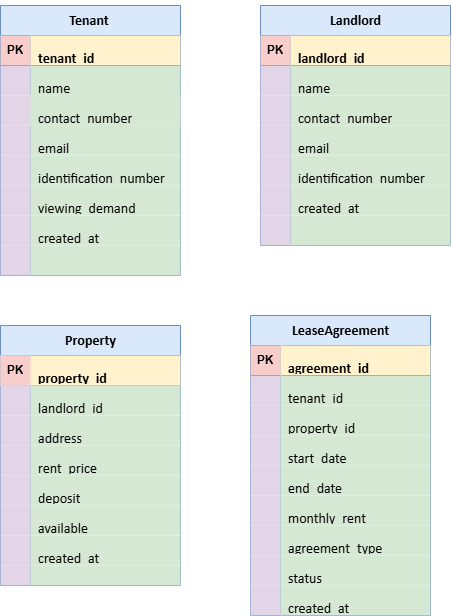
1228785484/RentHouseThing keeps this draw.io diagram as Plans/表设计.png. Above is the earlier version. Source tidied: cells renumbered, new cells last; positions are measured from the earlier drawing's top-left corner, leaving out a move shared by most shapes.
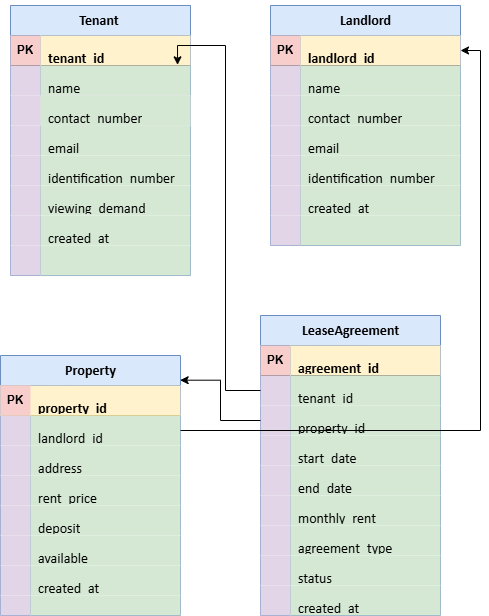
Later version of the same file.

Commit message:
更新表设计.png

The edit, as a diff of the source:
```diff
@@ -147,7 +147,7 @@
       <mxGeometry x="290" y="120" width="160" height="30" as="geometry" />
     </mxCell>
     <mxCell id="50" value="&lt;p class=&quot;MsoNormal&quot;&gt;&lt;span style=&quot;mso-spacerun:'yes';font-family:宋体;mso-ascii-font-family:Calibri;&lt;br/&gt;mso-hansi-font-family:Calibri;mso-bidi-font-family:'Times New Roman';font-size:10.5000pt;&lt;br/&gt;mso-font-kerning:1.0000pt;&quot;&gt;&lt;font face=&quot;Calibri&quot;&gt;Property&lt;/font&gt;&lt;/span&gt;&lt;/p&gt;" style="shape=table;startSize=30;rowLines=0;fontStyle=1;align=center;html=1;fillColor=#dae8fc;strokeColor=#6c8ebf;" parent="1" vertex="1">
-      <mxGeometry y="320" width="180" height="260" as="geometry" />
+      <mxGeometry x="-10" y="350" width="180" height="260" as="geometry" />
     </mxCell>
     <mxCell id="51" style="shape=tableRow;horizontal=0;startSize=0;swimlaneHead=0;swimlaneBody=0;fillColor=#fff2cc;top=0;left=0;right=0;bottom=1;strokeColor=#d6b656;" parent="50" vertex="1">
       <mxGeometry y="30" width="180" height="30" as="geometry" />
@@ -305,5 +305,14 @@
     <mxCell id="102" value="&lt;p class=&quot;MsoNormal&quot;&gt;&lt;span style=&quot;mso-spacerun:'yes';font-family:宋体;mso-ascii-font-family:Calibri;&lt;br/&gt;mso-hansi-font-family:Calibri;mso-bidi-font-family:'Times New Roman';font-size:10.5000pt;&lt;br/&gt;mso-font-kerning:1.0000pt;&quot;&gt;&lt;font face=&quot;Calibri&quot;&gt;created_at&lt;/font&gt;&lt;/span&gt;&lt;/p&gt;" style="shape=partialRectangle;fillColor=#d5e8d4;top=0;left=0;bottom=0;right=0;align=left;spacingLeft=6;overflow=hidden;whiteSpace=wrap;html=1;strokeColor=#82b366;" parent="100" vertex="1">
       <mxGeometry x="30" width="150" height="30" as="geometry" />
     </mxCell>
+    <mxCell id="103" style="edgeStyle=orthogonalEdgeStyle;rounded=0;jettySize=auto;html=1;entryX=0.928;entryY=-0.022;entryDx=0;entryDy=0;entryPerimeter=0;" parent="1" edge="1" source="79" target="6">
+      <mxGeometry relative="1" as="geometry" />
+    </mxCell>
+    <mxCell id="104" style="edgeStyle=orthogonalEdgeStyle;rounded=0;jettySize=auto;html=1;entryX=0.998;entryY=0.095;entryDx=0;entryDy=0;entryPerimeter=0;" parent="1" edge="1" source="82" target="50">
+      <mxGeometry relative="1" as="geometry" />
+    </mxCell>
+    <mxCell id="105" style="edgeStyle=orthogonalEdgeStyle;rounded=0;jettySize=auto;html=1;entryX=1;entryY=0.5;entryDx=0;entryDy=0;" parent="1" edge="1" source="54" target="28">
+      <mxGeometry relative="1" as="geometry" />
+    </mxCell>
   </root>
 </mxGraphModel>
```
